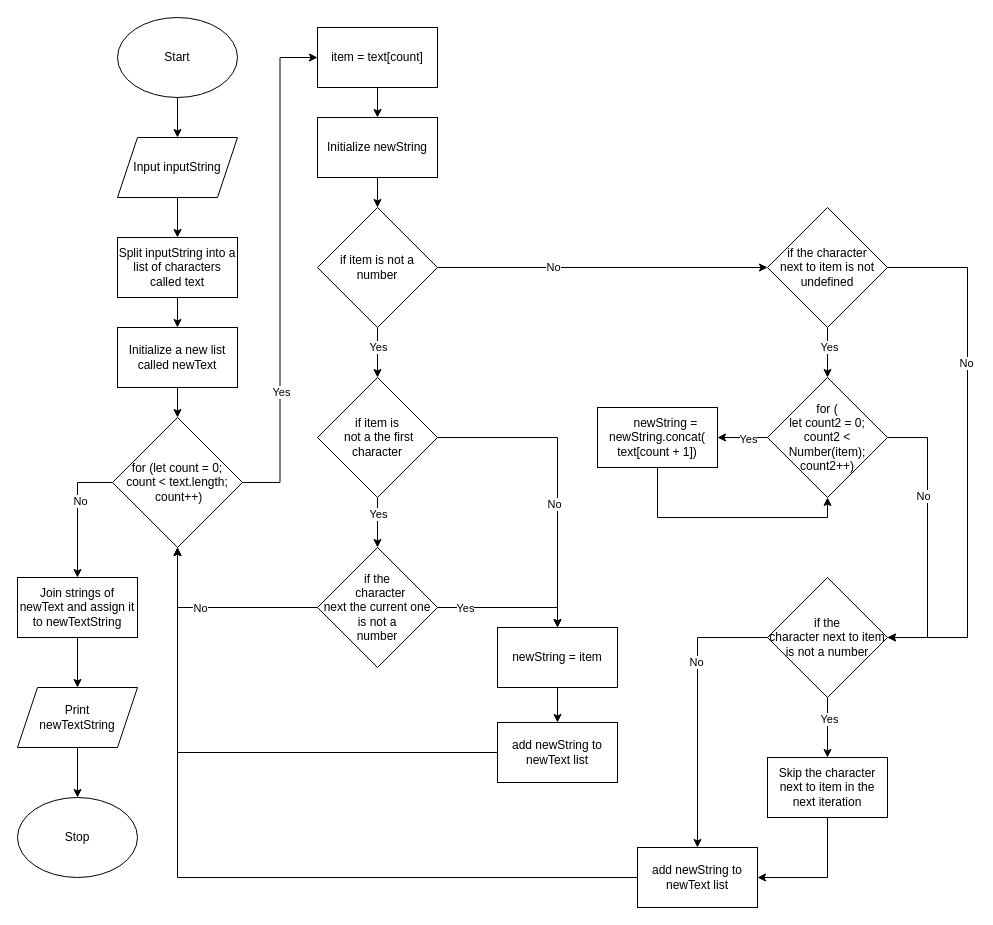
Before: flowchart.drawio in Seti-Ngabo/ics4u-assignment-02-typescript, a draw.io diagram. Source tidied: cells renumbered, new cells numbered last; positions are measured from the earlier drawing's top-left corner, leaving out a move shared by most shapes. Both pictures are drawn from the tidied source at 100%, with x=0, y=0 at pixel (17, 17).
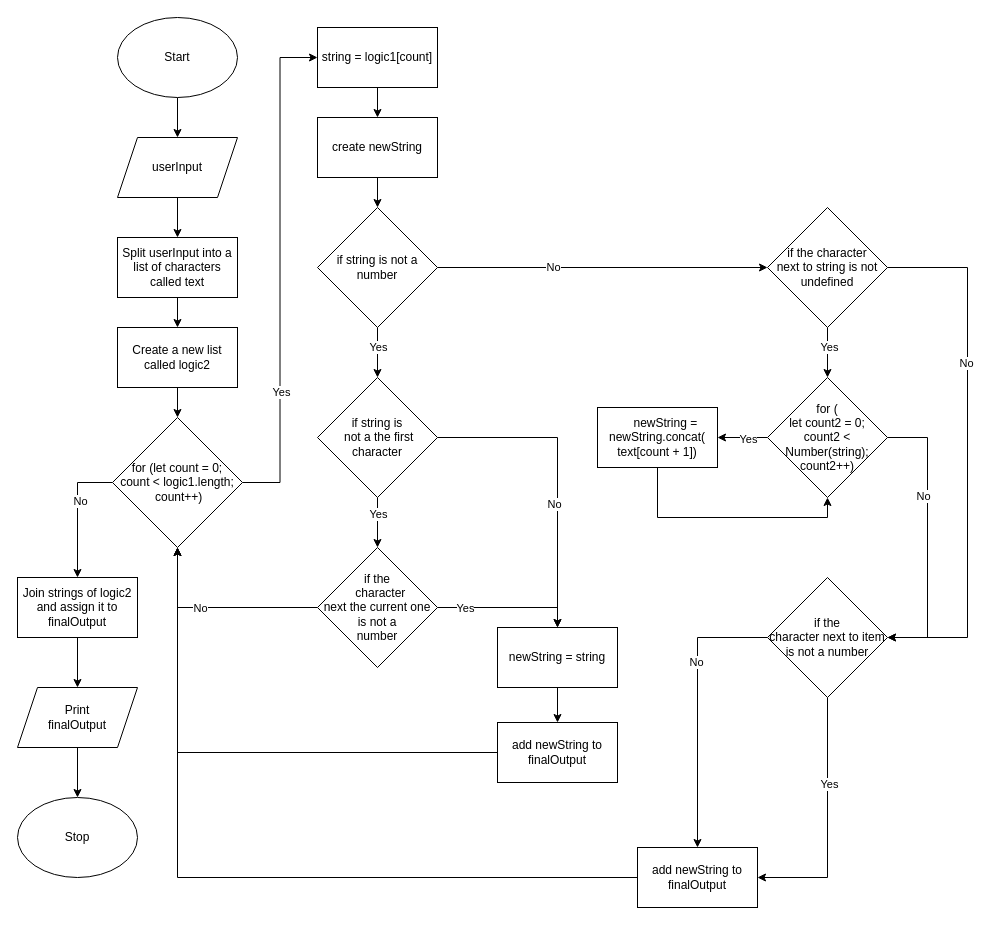
Above is the later version.

The change refers to these unchanged cells:
```xml
<mxCell id="54" value="if the &lt;br&gt;character next to item is not a number" style="rhombus;whiteSpace=wrap;html=1;" parent="1" vertex="1">
  <mxGeometry x="750" y="560" width="120" height="120" as="geometry" />
</mxCell>
```

What changed in the source:
```diff
@@
-    <mxCell id="5" value="Input inputString" style="shape=parallelogram;perimeter=parallelogramPerimeter;whiteSpace=wrap;html=1;fixedSize=1;" parent="1" vertex="1">
+    <mxCell id="5" value="userInput" style="shape=parallelogram;perimeter=parallelogramPerimeter;whiteSpace=wrap;html=1;fixedSize=1;" parent="1" vertex="1">
       <mxGeometry x="100" y="120" width="120" height="60" as="geometry" />
     </mxCell>
@@
-    <mxCell id="7" value="Split inputString into a list of characters called text" style="rounded=0;whiteSpace=wrap;html=1;" parent="1" vertex="1">
+    <mxCell id="7" value="Split userInput into a list of characters called text" style="rounded=0;whiteSpace=wrap;html=1;" parent="1" vertex="1">
       <mxGeometry x="100" y="220" width="120" height="60" as="geometry" />
     </mxCell>
@@
-    <mxCell id="9" value="Initialize a new list called newText" style="rounded=0;whiteSpace=wrap;html=1;" parent="1" vertex="1">
+    <mxCell id="9" value="Create a new list called logic2" style="rounded=0;whiteSpace=wrap;html=1;" parent="1" vertex="1">
       <mxGeometry x="100" y="310" width="120" height="60" as="geometry" />
     </mxCell>
@@
-    <mxCell id="14" value="for (let count = 0; &lt;br&gt;count &amp;lt; text.length;&lt;br&gt;&amp;nbsp;count++)" style="rhombus;whiteSpace=wrap;html=1;" parent="1" vertex="1">
+    <mxCell id="14" value="for (let count = 0; &lt;br&gt;count &amp;lt; logic1.length;&lt;br&gt;&amp;nbsp;count++)" style="rhombus;whiteSpace=wrap;html=1;" parent="1" vertex="1">
       <mxGeometry x="95" y="400" width="130" height="130" as="geometry" />
     </mxCell>
@@
-    <mxCell id="16" value="item = text[count]" style="rounded=0;whiteSpace=wrap;html=1;" parent="1" vertex="1">
+    <mxCell id="16" value="string = logic1[count]" style="rounded=0;whiteSpace=wrap;html=1;" parent="1" vertex="1">
       <mxGeometry x="300" y="10" width="120" height="60" as="geometry" />
     </mxCell>
@@
-    <mxCell id="18" value="Initialize newString" style="rounded=0;whiteSpace=wrap;html=1;" parent="1" vertex="1">
+    <mxCell id="18" value="create newString" style="rounded=0;whiteSpace=wrap;html=1;" parent="1" vertex="1">
       <mxGeometry x="300" y="100" width="120" height="60" as="geometry" />
     </mxCell>
@@
-    <mxCell id="23" value="if item is not a number" style="rhombus;whiteSpace=wrap;html=1;" parent="1" vertex="1">
+    <mxCell id="23" value="if string is not a number" style="rhombus;whiteSpace=wrap;html=1;" parent="1" vertex="1">
       <mxGeometry x="300" y="190" width="120" height="120" as="geometry" />
     </mxCell>
@@
-    <mxCell id="28" value="if item is&lt;br&gt;&amp;nbsp;not a the first character" style="rhombus;whiteSpace=wrap;html=1;" parent="1" vertex="1">
+    <mxCell id="28" value="if string is&lt;br&gt;&amp;nbsp;not a the first character" style="rhombus;whiteSpace=wrap;html=1;" parent="1" vertex="1">
       <mxGeometry x="300" y="360" width="120" height="120" as="geometry" />
     </mxCell>
@@
-    <mxCell id="35" value="newString = item" style="rounded=0;whiteSpace=wrap;html=1;" parent="1" vertex="1">
+    <mxCell id="35" value="newString = string" style="rounded=0;whiteSpace=wrap;html=1;" parent="1" vertex="1">
       <mxGeometry x="480" y="610" width="120" height="60" as="geometry" />
     </mxCell>
@@
-    <mxCell id="37" value="add newString to newText list" style="rounded=0;whiteSpace=wrap;html=1;" parent="1" vertex="1">
+    <mxCell id="37" value="add newString to finalOutput" style="rounded=0;whiteSpace=wrap;html=1;" parent="1" vertex="1">
       <mxGeometry x="480" y="705" width="120" height="60" as="geometry" />
     </mxCell>
@@
-    <mxCell id="42" value="if the character&lt;br&gt;next to item is not undefined" style="rhombus;whiteSpace=wrap;html=1;" parent="1" vertex="1">
+    <mxCell id="42" value="if the character&lt;br&gt;next to string is not undefined" style="rhombus;whiteSpace=wrap;html=1;" parent="1" vertex="1">
       <mxGeometry x="750" y="190" width="120" height="120" as="geometry" />
     </mxCell>
@@
-    <mxCell id="47" value="for (&lt;br&gt;let count2 = 0; &lt;br&gt;count2 &amp;lt; Number(item); count2++)" style="rhombus;whiteSpace=wrap;html=1;" parent="1" vertex="1">
+    <mxCell id="47" value="for (&lt;br&gt;let count2 = 0; &lt;br&gt;count2 &amp;lt; Number(string); count2++)" style="rhombus;whiteSpace=wrap;html=1;" parent="1" vertex="1">
       <mxGeometry x="750" y="360" width="120" height="120" as="geometry" />
     </mxCell>
@@
-    <mxCell id="50" style="edgeStyle=orthogonalEdgeStyle;rounded=0;html=1;exitX=0.5;exitY=1;exitDx=0;exitDy=0;entryX=0.5;entryY=0;entryDx=0;entryDy=0;" parent="1" edge="1" source="54" target="56">
+    <mxCell id="50" style="edgeStyle=orthogonalEdgeStyle;rounded=0;html=1;exitX=0.5;exitY=1;exitDx=0;exitDy=0;entryX=1;entryY=0.5;entryDx=0;entryDy=0;" parent="1" edge="1" source="54" target="58">
       <mxGeometry relative="1" as="geometry" />
     </mxCell>
@@
-    <mxCell id="55" style="edgeStyle=orthogonalEdgeStyle;rounded=0;html=1;exitX=0.5;exitY=1;exitDx=0;exitDy=0;entryX=1;entryY=0.5;entryDx=0;entryDy=0;" parent="1" edge="1" source="56" target="58">
-      <mxGeometry relative="1" as="geometry" />
-    </mxCell>
-    <mxCell id="56" value="Skip the character next to item in the next iteration" style="rounded=0;whiteSpace=wrap;html=1;" parent="1" vertex="1">
-      <mxGeometry x="750" y="740" width="120" height="60" as="geometry" />
-    </mxCell>
@@
-    <mxCell id="58" value="add newString to newText list" style="rounded=0;whiteSpace=wrap;html=1;" parent="1" vertex="1">
+    <mxCell id="58" value="add newString to finalOutput" style="rounded=0;whiteSpace=wrap;html=1;" parent="1" vertex="1">
       <mxGeometry x="620" y="830" width="120" height="60" as="geometry" />
     </mxCell>
@@
-    <mxCell id="60" value="Join strings of newText and assign it to newTextString" style="rounded=0;whiteSpace=wrap;html=1;" parent="1" vertex="1">
+    <mxCell id="60" value="Join strings of logic2 and assign it to finalOutput" style="rounded=0;whiteSpace=wrap;html=1;" parent="1" vertex="1">
       <mxGeometry y="560" width="120" height="60" as="geometry" />
     </mxCell>
@@
-    <mxCell id="62" value="Print &lt;br&gt;newTextString" style="shape=parallelogram;perimeter=parallelogramPerimeter;whiteSpace=wrap;html=1;fixedSize=1;" parent="1" vertex="1">
+    <mxCell id="62" value="Print &lt;br&gt;finalOutput" style="shape=parallelogram;perimeter=parallelogramPerimeter;whiteSpace=wrap;html=1;fixedSize=1;" parent="1" vertex="1">
       <mxGeometry y="670" width="120" height="60" as="geometry" />
     </mxCell>
```
